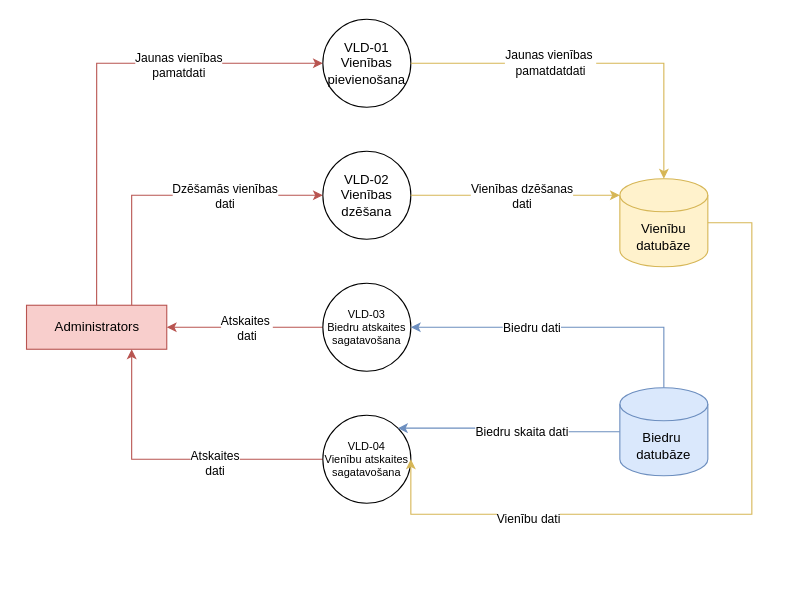
Above: page "2.limena_VLD_DPD" (6 of 10) of Documentation/DiagramData/LSGCO_IS_DIAGRAMS.drawio in JekabsVanags/LSGCO_IS (draw.io), before the change. Source tidied: cells renumbered, new cells numbered last; positions are measured from the earlier drawing's top-left corner, leaving out a move shared by most shapes. Both pictures are drawn from the tidied source at 110%, with x=0, y=0 at pixel (26, 19).
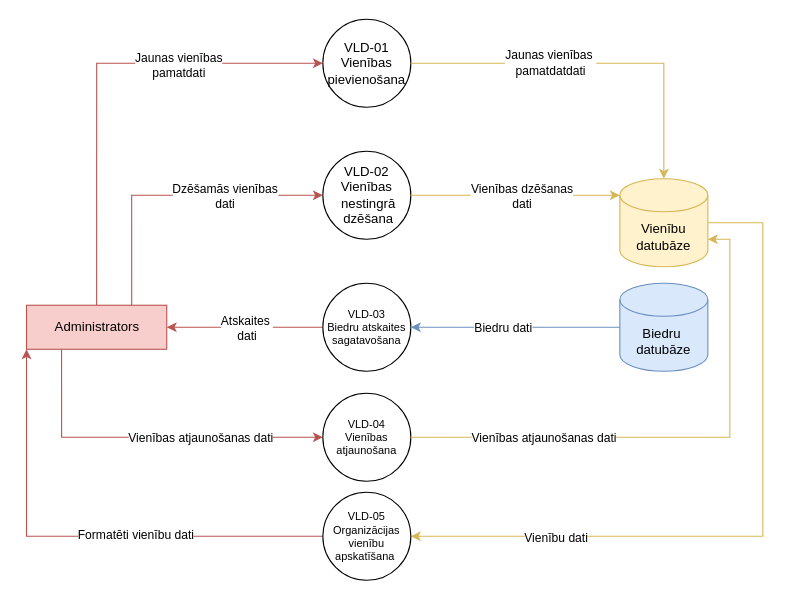
After the change.

The change refers to these unchanged cells:
```xml
<mxCell id="6" value="Administrators" style="rounded=0;whiteSpace=wrap;html=1;fillColor=#f8cecc;strokeColor=#b85450;fontColor=#000000;" parent="1" vertex="1">
  <mxGeometry x="-0.4" y="260" width="127.5" height="40" as="geometry" />
</mxCell>
<mxCell id="11" value="VLD-03&lt;br&gt;Biedru atskaites sagatavošana" style="ellipse;whiteSpace=wrap;html=1;fontSize=10;" parent="1" vertex="1">
  <mxGeometry x="269" y="240" width="80" height="80" as="geometry" />
</mxCell>
<mxCell id="17" value="Vienību datubāze" style="shape=cylinder3;whiteSpace=wrap;html=1;boundedLbl=1;backgroundOutline=1;size=15;fillColor=#fff2cc;strokeColor=#d6b656;fontColor=#000000;" parent="1" vertex="1">
  <mxGeometry x="539" y="145" width="80" height="80" as="geometry" />
</mxCell>
```

Diff of the diagram source:
```diff
@@
+    <mxCell id="27" style="edgeStyle=orthogonalEdgeStyle;rounded=0;jettySize=auto;html=1;exitX=0.25;exitY=1;exitDx=0;exitDy=0;entryX=0;entryY=0.5;entryDx=0;entryDy=0;fillColor=#f8cecc;strokeColor=#b85450;" parent="1" edge="1" source="6" target="30">
+      <mxGeometry relative="1" as="geometry" />
+    </mxCell>
+    <mxCell id="28" value="Vienības atjaunošanas dati" style="edgeLabel;html=1;align=center;verticalAlign=middle;" parent="27" vertex="1">
+      <mxGeometry x="0.3" relative="1" as="geometry" />
+    </mxCell>
@@
-    <mxCell id="8" value="VLD-02&lt;br&gt;Vienības dzēšana" style="ellipse;whiteSpace=wrap;html=1;" parent="1" vertex="1">
+    <mxCell id="8" value="VLD-02&lt;br&gt;Vienības&lt;br&gt;&amp;nbsp;nestingrā&lt;br&gt;&lt;span style=&quot;background-color: initial;&quot;&gt;&amp;nbsp;dzēšana&lt;/span&gt;" style="ellipse;whiteSpace=wrap;html=1;" parent="1" vertex="1">
       <mxGeometry x="269" y="120" width="80" height="80" as="geometry" />
     </mxCell>
@@
-    <mxCell id="12" style="edgeStyle=orthogonalEdgeStyle;rounded=0;jettySize=auto;html=1;exitX=0;exitY=0.5;exitDx=0;exitDy=0;entryX=0.75;entryY=1;entryDx=0;entryDy=0;fillColor=#f8cecc;strokeColor=#b85450;" parent="1" edge="1" source="14" target="6">
-      <mxGeometry relative="1" as="geometry" />
-    </mxCell>
-    <mxCell id="13" value="Atskaites &lt;br&gt;dati" style="edgeLabel;html=1;align=center;verticalAlign=middle;" parent="12" vertex="1">
-      <mxGeometry x="-0.28" y="3" relative="1" as="geometry" />
-    </mxCell>
-    <mxCell id="14" value="VLD-04&lt;br&gt;Vienību atskaites sagatavošana" style="ellipse;whiteSpace=wrap;html=1;fontSize=10;" parent="1" vertex="1">
-      <mxGeometry x="269" y="360" width="80" height="80" as="geometry" />
-    </mxCell>
-    <mxCell id="15" style="edgeStyle=orthogonalEdgeStyle;rounded=0;jettySize=auto;html=1;exitX=0;exitY=0.5;exitDx=0;exitDy=0;exitPerimeter=0;entryX=1;entryY=0.5;entryDx=0;entryDy=0;fillColor=#fff2cc;strokeColor=#d6b656;" parent="1" edge="1" source="17" target="14">
-      <mxGeometry relative="1" as="geometry">
-        <Array as="points">
-          <mxPoint x="659" y="185" />
-          <mxPoint x="659" y="450" />
-          <mxPoint x="349" y="450" />
-        </Array>
-      </mxGeometry>
-    </mxCell>
+    <mxCell id="29" style="edgeStyle=orthogonalEdgeStyle;rounded=0;jettySize=auto;html=1;exitX=1;exitY=0.5;exitDx=0;exitDy=0;exitPerimeter=0;entryX=1;entryY=0.5;entryDx=0;entryDy=0;fillColor=#fff2cc;strokeColor=#d6b656;" parent="1" edge="1" source="17" target="35">
+      <mxGeometry relative="1" as="geometry">
+        <Array as="points">
+          <mxPoint x="669" y="185" />
+          <mxPoint x="669" y="470" />
+        </Array>
+      </mxGeometry>
+    </mxCell>
-    <mxCell id="16" value="Vienību dati" style="edgeLabel;html=1;align=center;verticalAlign=middle;" parent="15" vertex="1">
-      <mxGeometry x="0.58" y="3" relative="1" as="geometry" />
+    <mxCell id="16" value="Vienību dati" style="edgeLabel;html=1;align=center;verticalAlign=middle;" parent="29" vertex="1">
+      <mxGeometry x="0.6" y="1" relative="1" as="geometry" />
     </mxCell>
@@
-    <mxCell id="18" style="edgeStyle=orthogonalEdgeStyle;rounded=0;jettySize=auto;html=1;exitX=0.5;exitY=0;exitDx=0;exitDy=0;exitPerimeter=0;entryX=1;entryY=0.5;entryDx=0;entryDy=0;fillColor=#dae8fc;strokeColor=#6c8ebf;" parent="1" edge="1" source="22" target="11">
+    <mxCell id="18" style="edgeStyle=orthogonalEdgeStyle;rounded=0;jettySize=auto;html=1;exitX=0;exitY=0.5;exitDx=0;exitDy=0;exitPerimeter=0;entryX=1;entryY=0.5;entryDx=0;entryDy=0;fillColor=#dae8fc;strokeColor=#6c8ebf;" parent="1" edge="1" source="22" target="11">
       <mxGeometry relative="1" as="geometry" />
     </mxCell>
@@
-    <mxCell id="20" style="edgeStyle=orthogonalEdgeStyle;rounded=0;jettySize=auto;html=1;exitX=0;exitY=0.5;exitDx=0;exitDy=0;exitPerimeter=0;entryX=1;entryY=0;entryDx=0;entryDy=0;fillColor=#dae8fc;strokeColor=#6c8ebf;" parent="1" edge="1" source="22" target="14">
-      <mxGeometry relative="1" as="geometry" />
-    </mxCell>
-    <mxCell id="21" value="Biedru skaita dati" style="edgeLabel;html=1;align=center;verticalAlign=middle;" parent="20" vertex="1">
-      <mxGeometry x="0.26" y="4" relative="1" as="geometry">
-        <mxPoint x="36" y="-1" as="offset" />
-      </mxGeometry>
-    </mxCell>
     <mxCell id="22" value="Biedru&amp;nbsp;&lt;br&gt;datubāze" style="shape=cylinder3;whiteSpace=wrap;html=1;boundedLbl=1;backgroundOutline=1;size=15;fillColor=#dae8fc;strokeColor=#6c8ebf;fontColor=#000000;" parent="1" vertex="1">
-      <mxGeometry x="539" y="335" width="80" height="80" as="geometry" />
+      <mxGeometry x="539" y="240" width="80" height="80" as="geometry" />
     </mxCell>
@@
+    <mxCell id="30" value="VLD-04&lt;br&gt;Vienības atjaunošana" style="ellipse;whiteSpace=wrap;html=1;fontSize=10;" parent="1" vertex="1">
+      <mxGeometry x="269" y="340" width="80" height="80" as="geometry" />
+    </mxCell>
+    <mxCell id="31" style="edgeStyle=orthogonalEdgeStyle;rounded=0;jettySize=auto;html=1;exitX=1;exitY=0.5;exitDx=0;exitDy=0;fillColor=#fff2cc;strokeColor=#d6b656;" parent="1" edge="1" source="30">
+      <mxGeometry relative="1" as="geometry">
+        <mxPoint x="619" y="200" as="targetPoint" />
+        <Array as="points">
+          <mxPoint x="639" y="380" />
+          <mxPoint x="639" y="200" />
+        </Array>
+      </mxGeometry>
+    </mxCell>
+    <mxCell id="32" value="Vienības atjaunošanas dati" style="edgeLabel;html=1;align=center;verticalAlign=middle;" parent="31" vertex="1">
+      <mxGeometry x="-0.51" relative="1" as="geometry" />
+    </mxCell>
+    <mxCell id="33" style="edgeStyle=orthogonalEdgeStyle;rounded=0;jettySize=auto;html=1;exitX=0;exitY=0.5;exitDx=0;exitDy=0;entryX=0;entryY=1;entryDx=0;entryDy=0;fillColor=#f8cecc;strokeColor=#b85450;" parent="1" edge="1" source="35" target="6">
+      <mxGeometry relative="1" as="geometry" />
+    </mxCell>
+    <mxCell id="34" value="Formatēti vienību dati" style="edgeLabel;html=1;align=center;verticalAlign=middle;" parent="33" vertex="1">
+      <mxGeometry x="-0.22" y="-2" relative="1" as="geometry" />
+    </mxCell>
+    <mxCell id="35" value="VLD-05&lt;br&gt;Organizācijas vienību apskatīšana&amp;nbsp;" style="ellipse;whiteSpace=wrap;html=1;fontSize=10;" parent="1" vertex="1">
+      <mxGeometry x="269" y="430" width="80" height="80" as="geometry" />
+    </mxCell>
```
